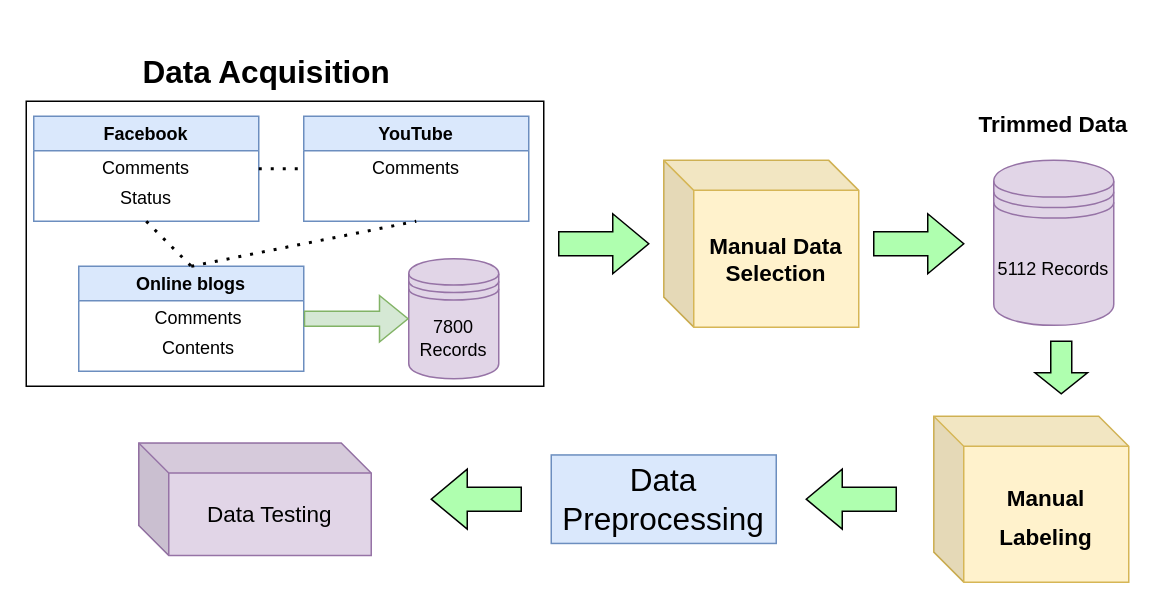
Sakibapon/SarcasmDetection keeps this draw.io diagram as Figure/SarcasmData.drawio. Above is the earlier version. Source tidied: cells renumbered, new cells numbered last; positions are measured from the earlier drawing's top-left corner, leaving out a move shared by most shapes. Both pictures are drawn from the tidied source at 150%, with x=0, y=0 at pixel (26, 40).
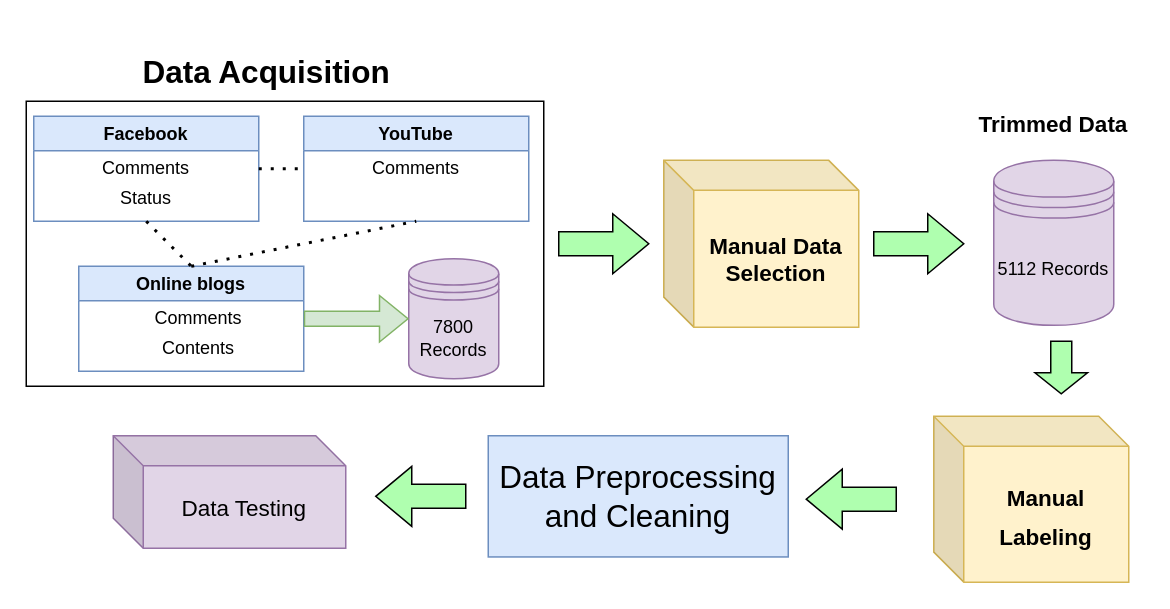
The same page after the edit.

Diff of the diagram source:
```diff
@@
-    <mxCell id="25" value="Data Preprocessing" style="rounded=0;whiteSpace=wrap;html=1;fontSize=21;fillColor=#dae8fc;strokeColor=#6c8ebf;" parent="1" vertex="1">
-      <mxGeometry x="350" y="275.8" width="150" height="59" as="geometry" />
+    <mxCell id="25" value="Data Preprocessing and Cleaning" style="rounded=0;whiteSpace=wrap;html=1;fontSize=21;fillColor=#dae8fc;strokeColor=#6c8ebf;" parent="1" vertex="1">
+      <mxGeometry x="308" y="263" width="200" height="80.8" as="geometry" />
     </mxCell>
     <mxCell id="26" style="html=1;whiteSpace=wrap;fillColor=#AFFFAF;shape=mxgraph.archimate3.process;rotation=-180;" parent="1" vertex="1">
-      <mxGeometry x="270" y="285.3" width="60" height="40" as="geometry" />
+      <mxGeometry x="233" y="283.4" width="60" height="40" as="geometry" />
     </mxCell>
     <mxCell id="27" value="Data Testing" style="shape=cube;whiteSpace=wrap;html=1;boundedLbl=1;backgroundOutline=1;darkOpacity=0.05;darkOpacity2=0.1;fontSize=15;fillColor=#e1d5e7;strokeColor=#9673a6;" parent="1" vertex="1">
-      <mxGeometry x="75" y="267.8" width="155" height="75" as="geometry" />
+      <mxGeometry x="58" y="263" width="155" height="75" as="geometry" />
     </mxCell>
```
